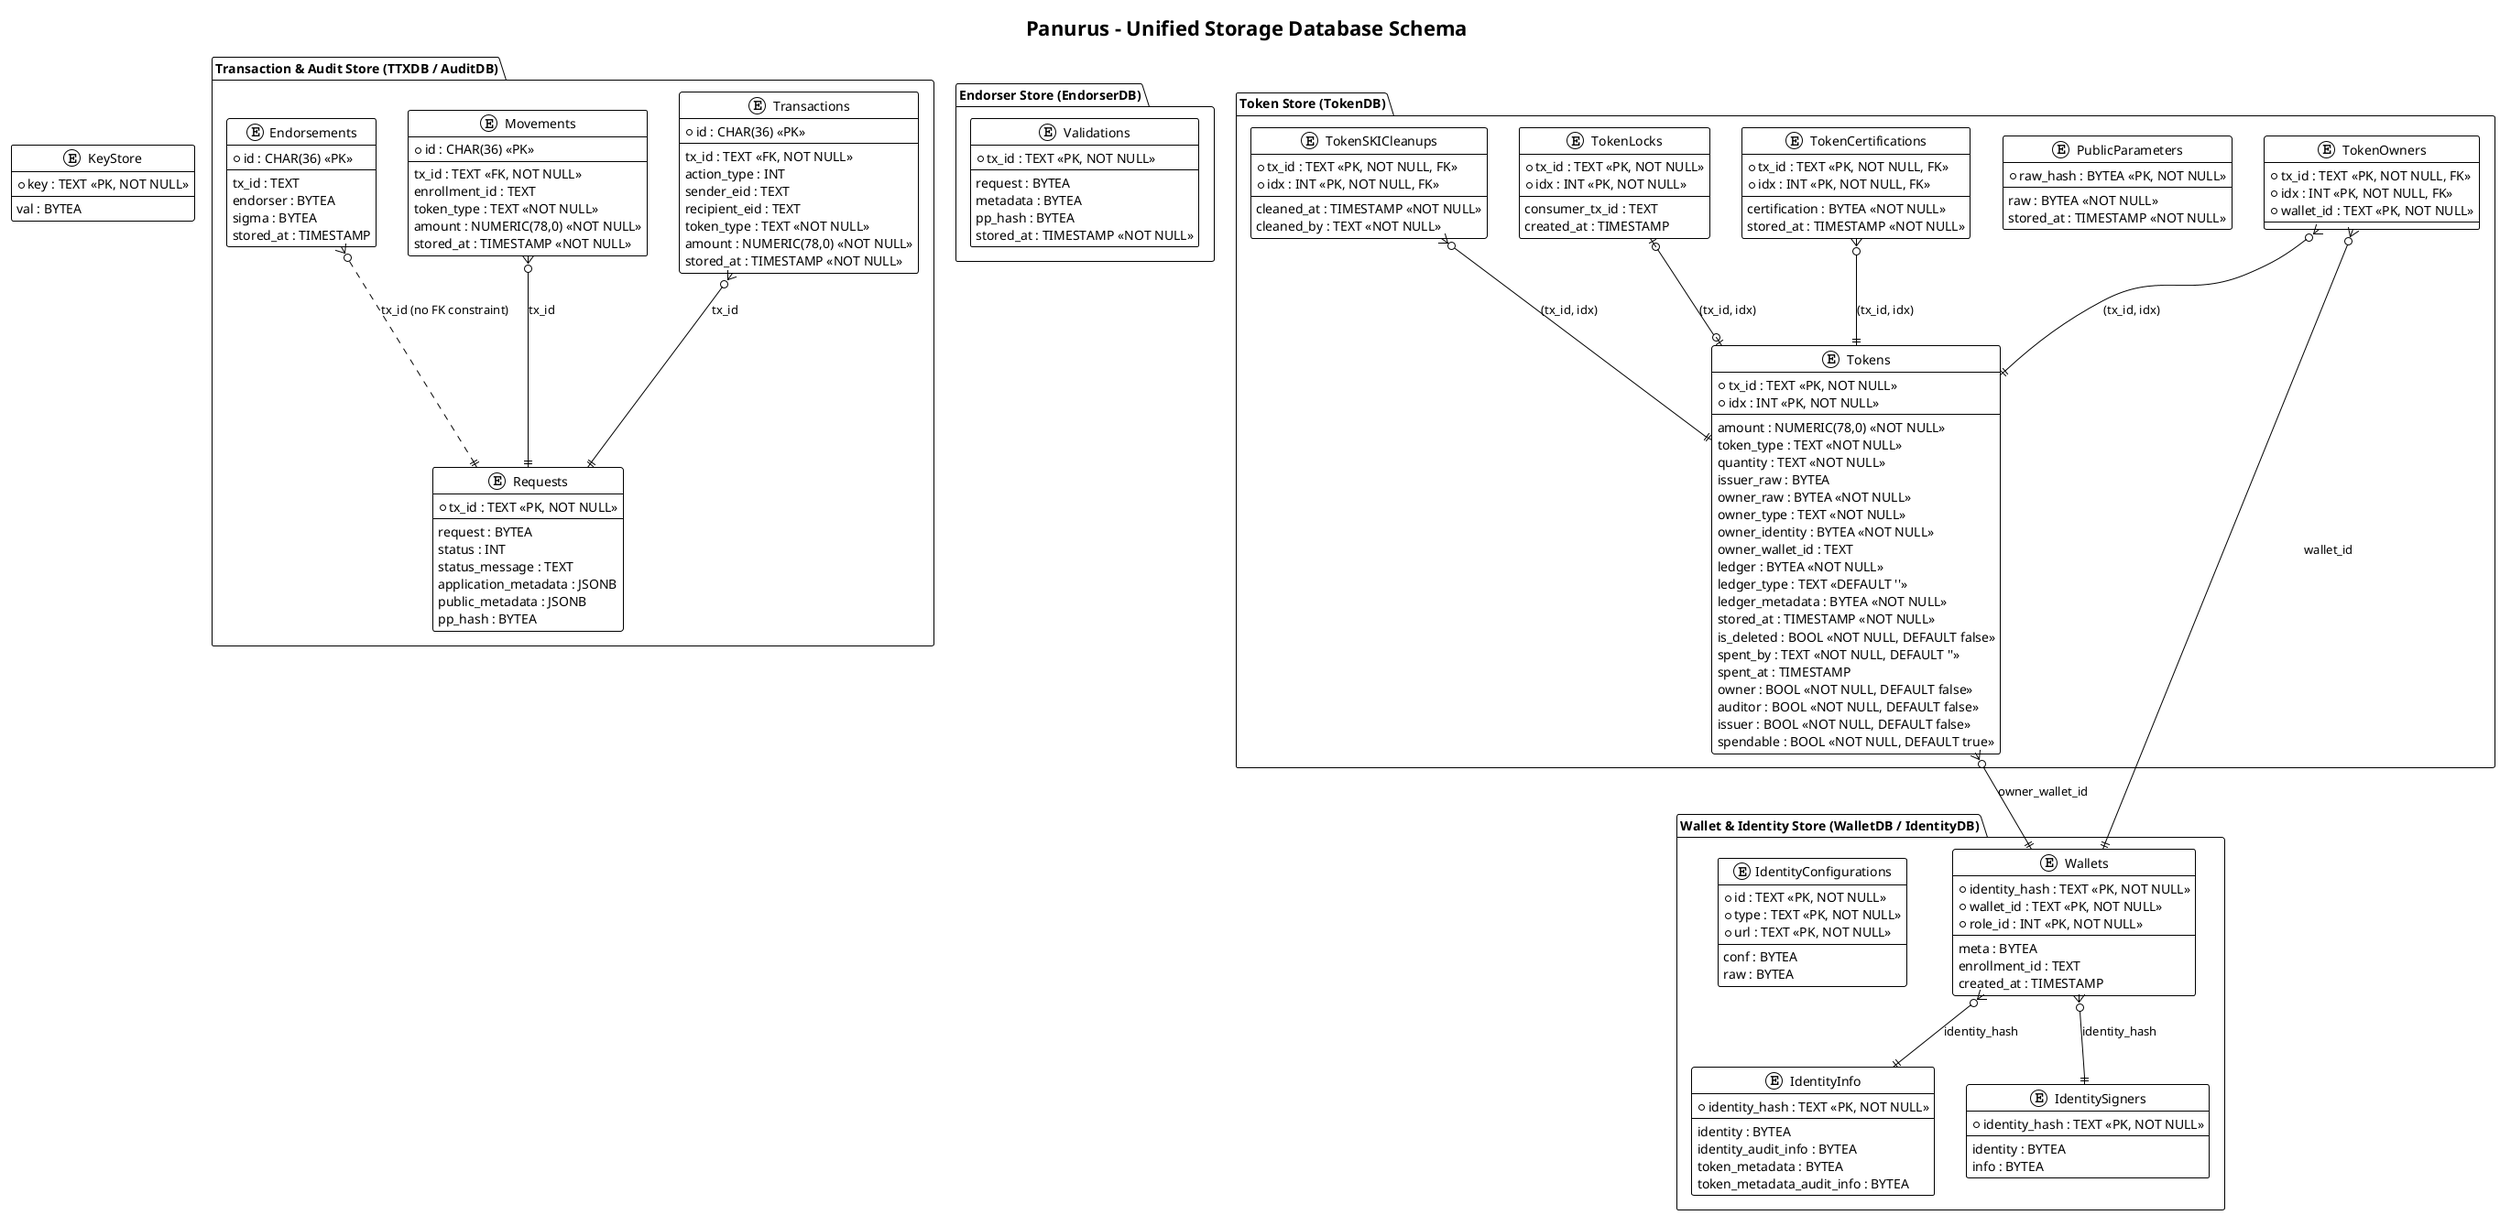
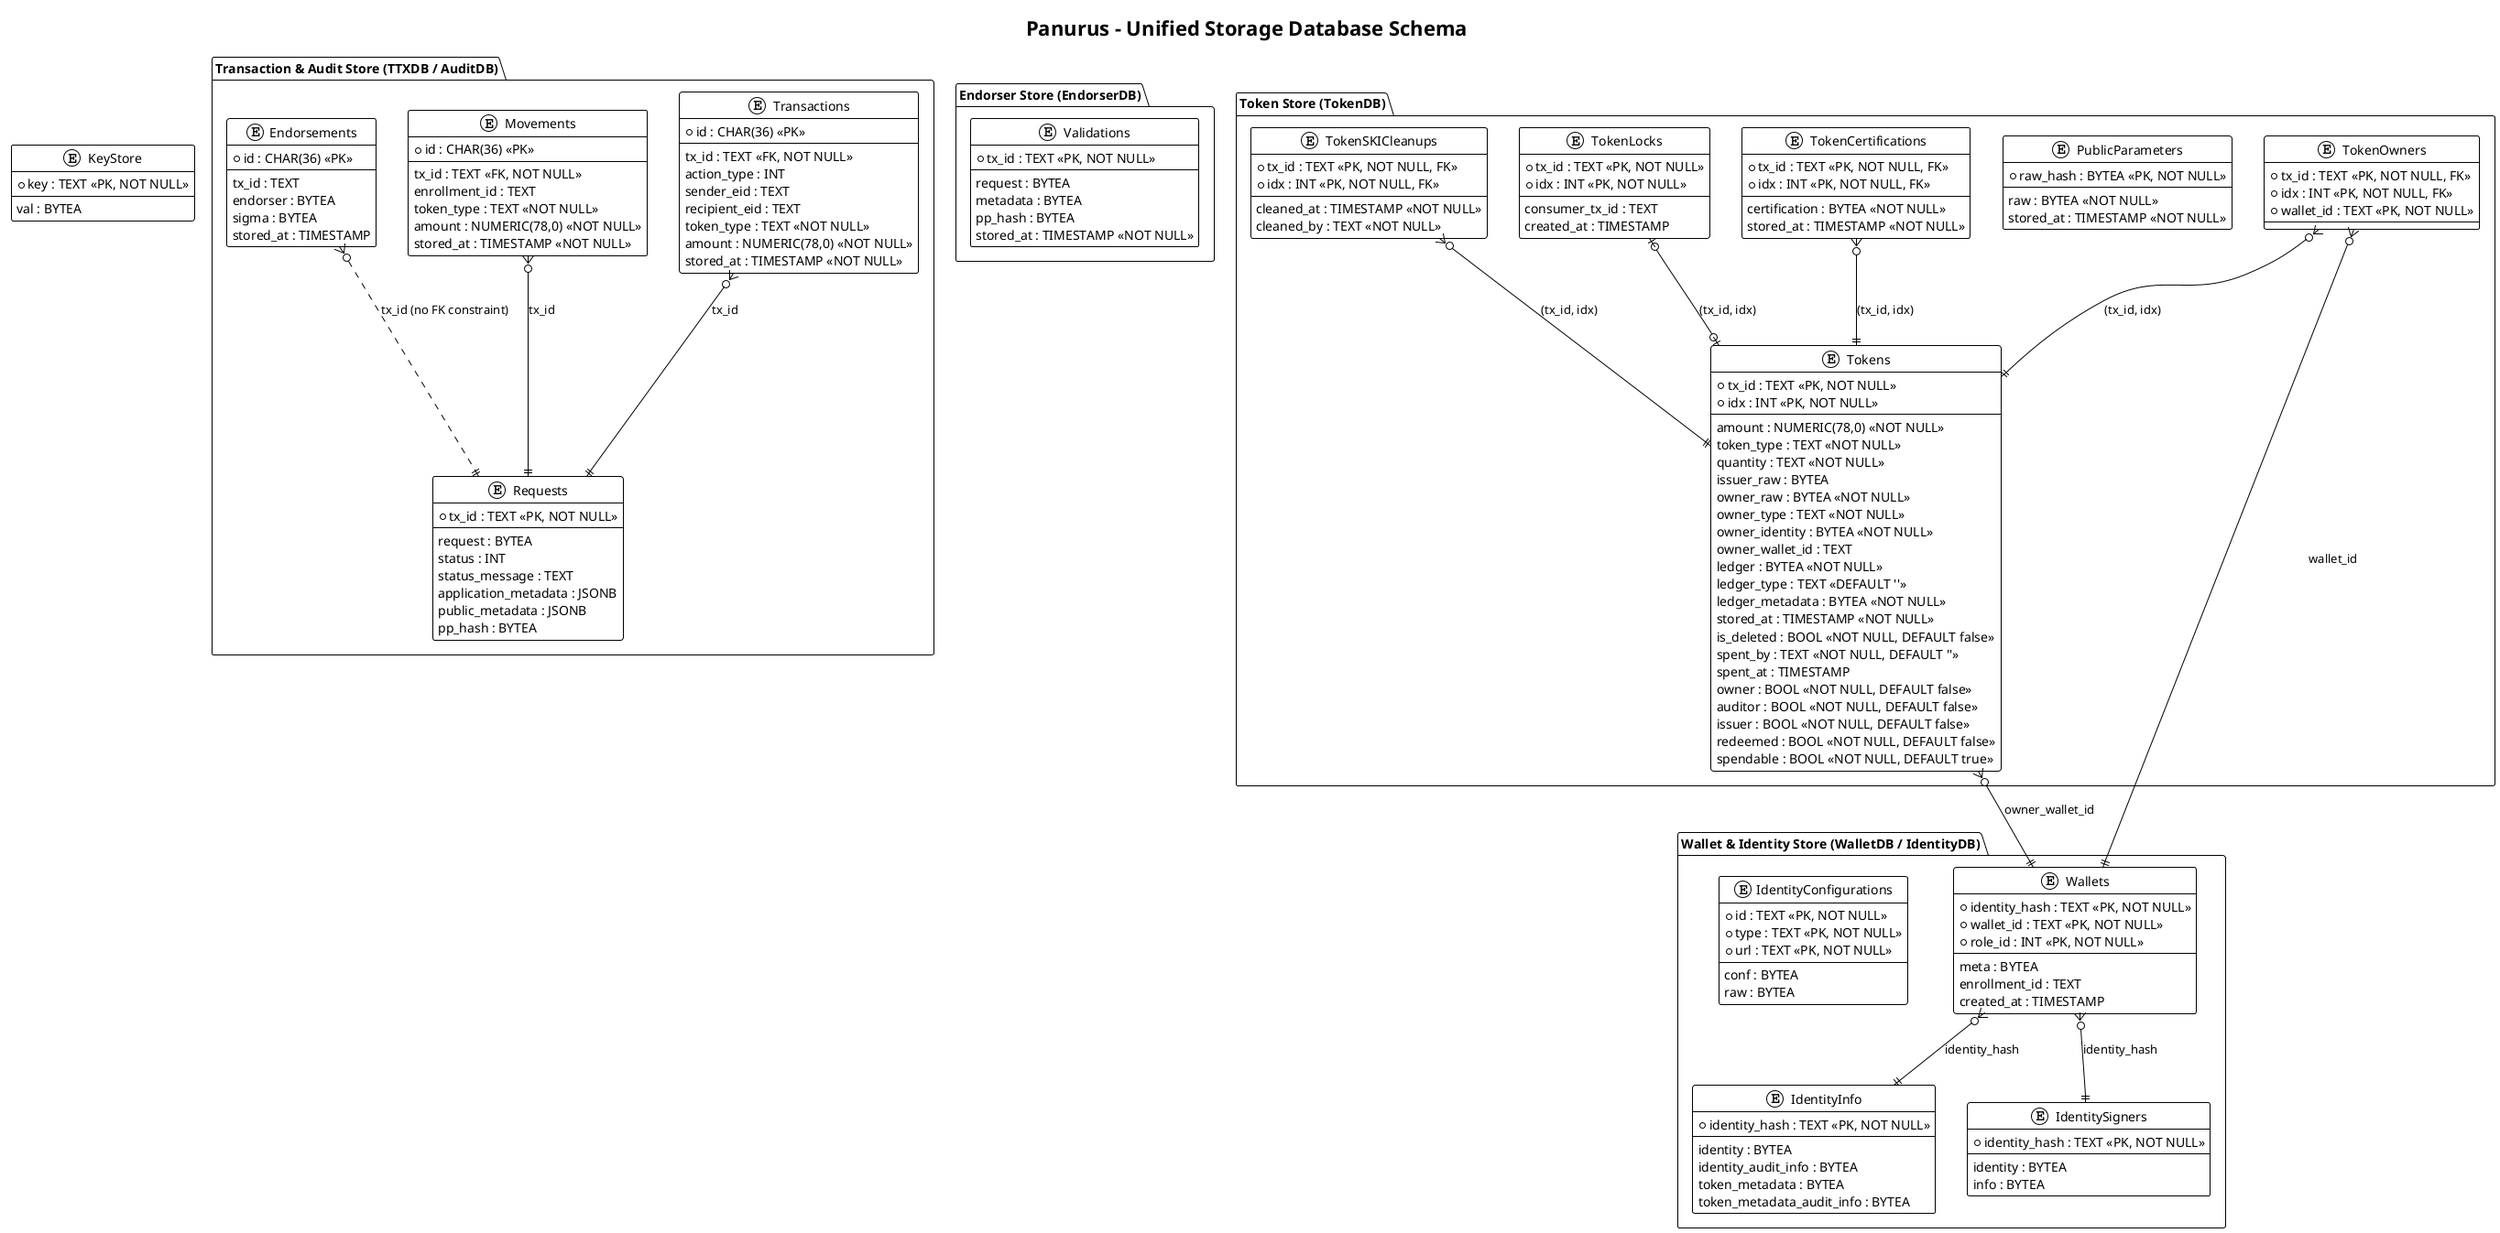
@startuml
!theme plain
skinparam componentStyle rectangle

title Panurus - Unified Storage Database Schema

package "Transaction & Audit Store (TTXDB / AuditDB)" {
    entity "Requests" as requests {
        * tx_id : TEXT <<PK, NOT NULL>>
        --
        request : BYTEA
        status : INT
        status_message : TEXT
        application_metadata : JSONB
        public_metadata : JSONB
        pp_hash : BYTEA
    }

    entity "Transactions" as txs {
        * id : CHAR(36) <<PK>>
        --
        tx_id : TEXT <<FK, NOT NULL>>
        action_type : INT
        sender_eid : TEXT
        recipient_eid : TEXT
        token_type : TEXT <<NOT NULL>>
        amount : NUMERIC(78,0) <<NOT NULL>>
        stored_at : TIMESTAMP <<NOT NULL>>
    }

    entity "Movements" as movements {
        * id : CHAR(36) <<PK>>
        --
        tx_id : TEXT <<FK, NOT NULL>>
        enrollment_id : TEXT
        token_type : TEXT <<NOT NULL>>
        amount : NUMERIC(78,0) <<NOT NULL>>
        stored_at : TIMESTAMP <<NOT NULL>>
    }

    entity "Endorsements" as tx_ends {
        * id : CHAR(36) <<PK>>
        --
        tx_id : TEXT
        endorser : BYTEA
        sigma : BYTEA
        stored_at : TIMESTAMP
    }

    txs }o--|| requests : "tx_id"
    movements }o--|| requests : "tx_id"
    tx_ends }o..|| requests : "tx_id (no FK constraint)"
}

package "Endorser Store (EndorserDB)" {
    entity "Validations" as req_vals {
        * tx_id : TEXT <<PK, NOT NULL>>
        --
        request : BYTEA
        metadata : BYTEA
        pp_hash : BYTEA
        stored_at : TIMESTAMP <<NOT NULL>>
    }
}

package "Token Store (TokenDB)" {
    entity "Tokens" as tokens {
        * tx_id : TEXT <<PK, NOT NULL>>
        * idx : INT <<PK, NOT NULL>>
        --
        amount : NUMERIC(78,0) <<NOT NULL>>
        token_type : TEXT <<NOT NULL>>
        quantity : TEXT <<NOT NULL>>
        issuer_raw : BYTEA
        owner_raw : BYTEA <<NOT NULL>>
        owner_type : TEXT <<NOT NULL>>
        owner_identity : BYTEA <<NOT NULL>>
        owner_wallet_id : TEXT
        ledger : BYTEA <<NOT NULL>>
        ledger_type : TEXT <<DEFAULT ''>>
        ledger_metadata : BYTEA <<NOT NULL>>
        stored_at : TIMESTAMP <<NOT NULL>>
        is_deleted : BOOL <<NOT NULL, DEFAULT false>>
        spent_by : TEXT <<NOT NULL, DEFAULT ''>>
        spent_at : TIMESTAMP
        owner : BOOL <<NOT NULL, DEFAULT false>>
        auditor : BOOL <<NOT NULL, DEFAULT false>>
        issuer : BOOL <<NOT NULL, DEFAULT false>>
+         redeemed : BOOL <<NOT NULL, DEFAULT false>>
        spendable : BOOL <<NOT NULL, DEFAULT true>>
    }

    entity "TokenOwners" as tkn_own {
        * tx_id : TEXT <<PK, NOT NULL, FK>>
        * idx : INT <<PK, NOT NULL, FK>>
        * wallet_id : TEXT <<PK, NOT NULL>>
    }

    entity "PublicParameters" as public_params {
        * raw_hash : BYTEA <<PK, NOT NULL>>
        --
        raw : BYTEA <<NOT NULL>>
        stored_at : TIMESTAMP <<NOT NULL>>
    }

    entity "TokenCertifications" as tkn_crts {
        * tx_id : TEXT <<PK, NOT NULL, FK>>
        * idx : INT <<PK, NOT NULL, FK>>
        --
        certification : BYTEA <<NOT NULL>>
        stored_at : TIMESTAMP <<NOT NULL>>
    }

    entity "TokenLocks" as tkn_locks {
        * tx_id : TEXT <<PK, NOT NULL>>
        * idx : INT <<PK, NOT NULL>>
        --
        consumer_tx_id : TEXT
        created_at : TIMESTAMP
    }

    entity "TokenSKICleanups" as tkn_ski_cleanups {
        * tx_id : TEXT <<PK, NOT NULL, FK>>
        * idx : INT <<PK, NOT NULL, FK>>
        --
        cleaned_at : TIMESTAMP <<NOT NULL>>
        cleaned_by : TEXT <<NOT NULL>>
    }

    tkn_own }o--|| tokens : "(tx_id, idx)"
    tkn_crts }o--|| tokens : "(tx_id, idx)"
    tkn_locks |o--o| tokens : "(tx_id, idx)"
    tkn_ski_cleanups }o--|| tokens : "(tx_id, idx)"
}

package "Wallet & Identity Store (WalletDB / IdentityDB)" {
    entity "Wallets" as wallets {
        * identity_hash : TEXT <<PK, NOT NULL>>
        * wallet_id : TEXT <<PK, NOT NULL>>
        * role_id : INT <<PK, NOT NULL>>
        --
        meta : BYTEA
        enrollment_id : TEXT
        created_at : TIMESTAMP
    }

    entity "IdentityConfigurations" as id_cfgs {
        * id : TEXT <<PK, NOT NULL>>
        * type : TEXT <<PK, NOT NULL>>
        * url : TEXT <<PK, NOT NULL>>
        --
        conf : BYTEA
        raw : BYTEA
    }

    entity "IdentityInfo" as id_info {
        * identity_hash : TEXT <<PK, NOT NULL>>
        --
        identity : BYTEA
        identity_audit_info : BYTEA
        token_metadata : BYTEA
        token_metadata_audit_info : BYTEA
    }

    entity "IdentitySigners" as id_signers {
        * identity_hash : TEXT <<PK, NOT NULL>>
        --
        identity : BYTEA
        info : BYTEA
    }

    wallets }o--|| id_info : "identity_hash"
    wallets }o--|| id_signers : "identity_hash"
}

entity "KeyStore" as key_store {
    * key : TEXT <<PK, NOT NULL>>
    --
    val : BYTEA
}

' Relationships between packages
tkn_own }o--|| wallets : "wallet_id"
tokens }o--|| wallets : "owner_wallet_id"

@enduml